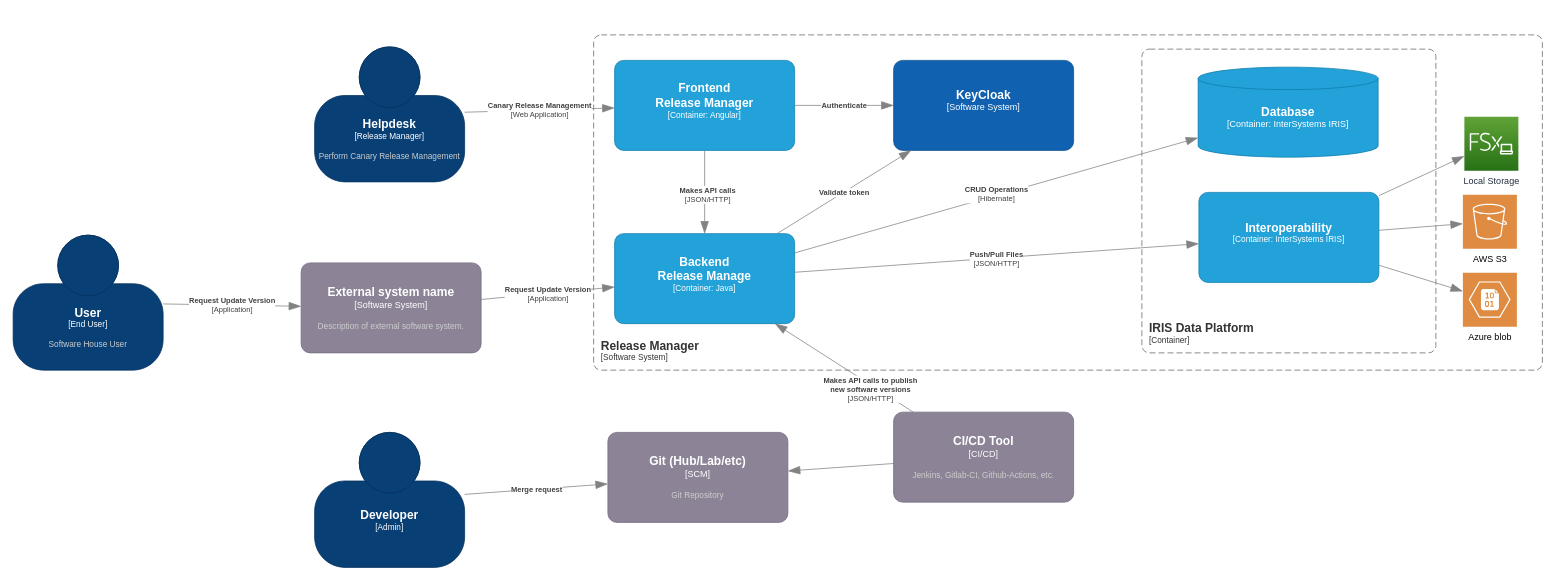
The draw.io diagram page "C4 v2" (1 of 2) of docs/release-manager-c4.drawio in release-manager-2023/concurso-intersystems-2023, before the edit. Source tidied: cells renumbered, new cells numbered last; positions are measured from the earlier drawing's top-left corner, leaving out a move shared by most shapes. Both pictures are drawn from the tidied source at 75%, with x=0, y=0 at pixel (13, 34).
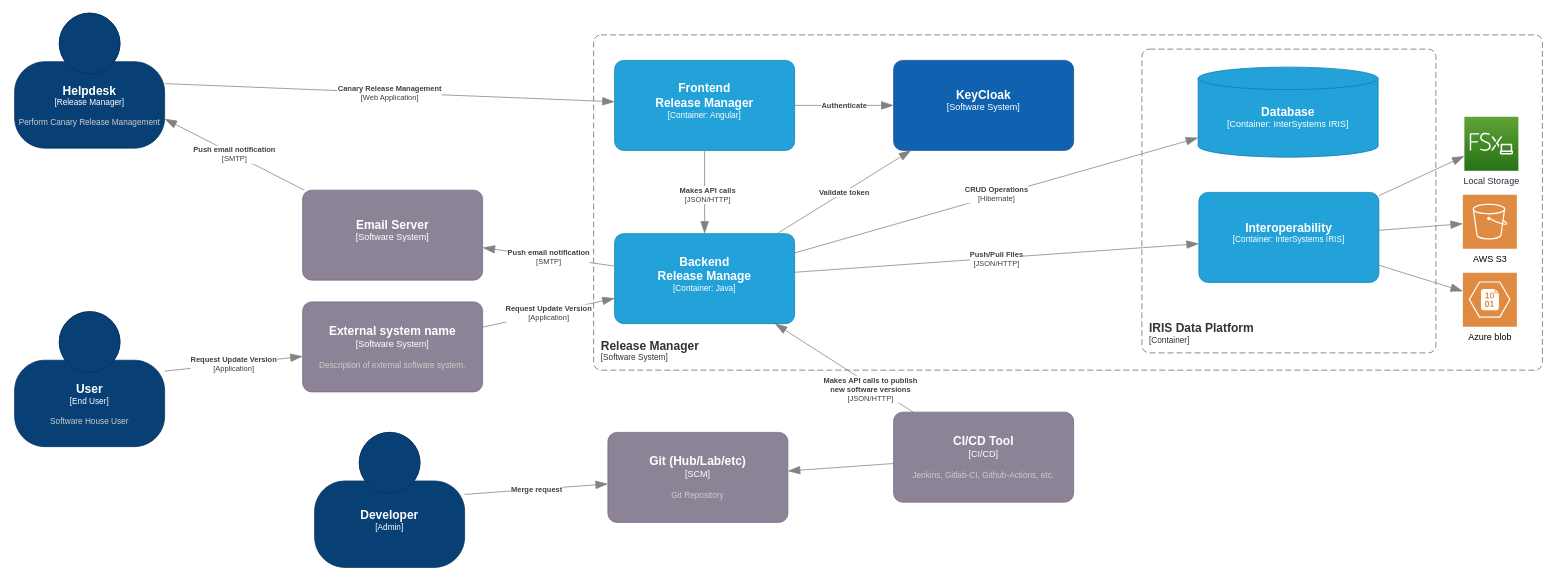
Above is the later version.

Commit message (it also covers changes not shown here):
C4: Add email notification to stakeholders

Unchanged cells that the change refers to:
```xml
<object id="3" label="&lt;font style=&quot;font-size: 16px&quot;&gt;&lt;b&gt;%c4Name%&lt;/b&gt;&lt;/font&gt;&lt;div&gt;[%c4Type%: %c4Technology%]&lt;/div&gt;&lt;br&gt;&lt;div&gt;&lt;font style=&quot;font-size: 11px&quot;&gt;&lt;font color=&quot;#E6E6E6&quot;&gt;%c4Description%&lt;/font&gt;&lt;/div&gt;" c4Description="" c4Name="Backend&#10;Release Manage" c4Technology="Java" c4Type="Container" placeholders="1">
  <mxCell style="rounded=1;whiteSpace=wrap;html=1;fontSize=11;labelBackgroundColor=none;fillColor=#23A2D9;fontColor=#ffffff;align=center;arcSize=10;strokeColor=#0E7DAD;points=[[0.25,0,0],[0.5,0,0],[0.75,0,0],[1,0.25,0],[1,0.5,0],[1,0.75,0],[0.75,1,0],[0.5,1,0],[0.25,1,0],[0,0.75,0],[0,0.5,0],[0,0.25,0]];" parent="1" vertex="1">
    <mxGeometry x="802" y="265" width="240" height="120" as="geometry" />
  </mxCell>
</object>
```

Diff of the diagram source:
```diff
@@
     <object id="24" label="&lt;font style=&quot;font-size: 16px&quot;&gt;&lt;b&gt;%c4Name%&lt;/b&gt;&lt;/font&gt;&lt;div&gt;[%c4Type%]&lt;/div&gt;&lt;br&gt;&lt;div&gt;&lt;font style=&quot;font-size: 11px&quot;&gt;&lt;font color=&quot;#cccccc&quot;&gt;%c4Description%&lt;/font&gt;&lt;/div&gt;" c4Description="Perform Canary Release Management" c4Name="Helpdesk" c4Type="Release Manager" placeholders="1">
       <mxCell style="html=1;fontSize=11;dashed=0;whiteSpace=wrap;fillColor=#083F75;strokeColor=#06315C;fontColor=#ffffff;shape=mxgraph.c4.person2;align=center;points=[[0.5,0,0],[1,0.5,0],[1,0.75,0],[0.75,1,0],[0.5,1,0],[0.25,1,0],[0,0.75,0],[0,0.5,0]];" parent="1" vertex="1">
-        <mxGeometry x="402" y="16" width="200" height="180" as="geometry" />
+        <mxGeometry x="2" y="-29" width="200" height="180" as="geometry" />
       </mxCell>
     </object>
@@
     <object id="26" label="&lt;font style=&quot;font-size: 16px&quot;&gt;&lt;b&gt;%c4Name%&lt;/b&gt;&lt;/font&gt;&lt;div&gt;[%c4Type%]&lt;/div&gt;&lt;br&gt;&lt;div&gt;&lt;font style=&quot;font-size: 11px&quot;&gt;&lt;font color=&quot;#cccccc&quot;&gt;%c4Description%&lt;/font&gt;&lt;/div&gt;" c4Description="Software House User" c4Name="User" c4Type="End User" placeholders="1">
       <mxCell style="html=1;fontSize=11;dashed=0;whiteSpace=wrap;fillColor=#083F75;strokeColor=#06315C;fontColor=#ffffff;shape=mxgraph.c4.person2;align=center;points=[[0.5,0,0],[1,0.5,0],[1,0.75,0],[0.75,1,0],[0.5,1,0],[0.25,1,0],[0,0.75,0],[0,0.5,0]];" parent="1" vertex="1">
-        <mxGeometry y="267" width="200" height="180" as="geometry" />
+        <mxGeometry x="2" y="369" width="200" height="180" as="geometry" />
       </mxCell>
     </object>
@@
     <object id="28" label="&lt;font style=&quot;font-size: 16px&quot;&gt;&lt;b&gt;%c4Name%&lt;/b&gt;&lt;/font&gt;&lt;div&gt;[%c4Type%]&lt;/div&gt;&lt;br&gt;&lt;div&gt;&lt;font style=&quot;font-size: 11px&quot;&gt;&lt;font color=&quot;#cccccc&quot;&gt;%c4Description%&lt;/font&gt;&lt;/div&gt;" c4Description="Description of external software system." c4Name="External system name" c4Type="Software System" placeholders="1">
       <mxCell style="rounded=1;whiteSpace=wrap;html=1;labelBackgroundColor=none;fillColor=#8C8496;fontColor=#ffffff;align=center;arcSize=10;strokeColor=#736782;points=[[0.25,0,0],[0.5,0,0],[0.75,0,0],[1,0.25,0],[1,0.5,0],[1,0.75,0],[0.75,1,0],[0.5,1,0],[0.25,1,0],[0,0.75,0],[0,0.5,0],[0,0.25,0]];" parent="1" vertex="1">
-        <mxGeometry x="384" y="304" width="240" height="120" as="geometry" />
+        <mxGeometry x="386" y="356" width="240" height="120" as="geometry" />
       </mxCell>
     </object>
@@
+    <object id="32" label="&lt;div style=&quot;text-align: left&quot;&gt;&lt;div style=&quot;text-align: center&quot;&gt;&lt;b&gt;%c4Description%&lt;/b&gt;&lt;/div&gt;&lt;div style=&quot;text-align: center&quot;&gt;[%c4Technology%]&lt;/div&gt;&lt;/div&gt;" c4Description="Push email notification" c4Technology="SMTP" placeholders="1">
+      <mxCell style="endArrow=blockThin;html=1;fontSize=10;fontColor=#404040;strokeWidth=1;endFill=1;strokeColor=#828282;elbow=vertical;endSize=14;startSize=14;jumpStyle=arc;jumpSize=16;rounded=0;" parent="1" edge="1" source="3" target="33">
+        <mxGeometry relative="1" as="geometry" />
+      </mxCell>
+    </object>
+    <object id="33" label="&lt;font style=&quot;font-size: 16px&quot;&gt;&lt;b&gt;%c4Name%&lt;/b&gt;&lt;/font&gt;&lt;div&gt;[%c4Type%]&lt;/div&gt;&lt;br&gt;&lt;div&gt;&lt;font style=&quot;font-size: 11px&quot;&gt;&lt;font color=&quot;#cccccc&quot;&gt;%c4Description%&lt;/font&gt;&lt;/div&gt;" c4Description="" c4Name="Email Server" c4Type="Software System" placeholders="1">
+      <mxCell style="rounded=1;whiteSpace=wrap;html=1;labelBackgroundColor=none;fillColor=#8C8496;fontColor=#ffffff;align=center;arcSize=10;strokeColor=#736782;points=[[0.25,0,0],[0.5,0,0],[0.75,0,0],[1,0.25,0],[1,0.5,0],[1,0.75,0],[0.75,1,0],[0.5,1,0],[0.25,1,0],[0,0.75,0],[0,0.5,0],[0,0.25,0]];" parent="1" vertex="1">
+        <mxGeometry x="386" y="207" width="240" height="120" as="geometry" />
+      </mxCell>
+    </object>
+    <object id="34" label="&lt;div style=&quot;text-align: left&quot;&gt;&lt;div style=&quot;text-align: center&quot;&gt;&lt;b&gt;%c4Description%&lt;/b&gt;&lt;/div&gt;&lt;div style=&quot;text-align: center&quot;&gt;[%c4Technology%]&lt;/div&gt;&lt;/div&gt;" c4Description="Push email notification" c4Technology="SMTP" placeholders="1">
+      <mxCell style="endArrow=blockThin;html=1;fontSize=10;fontColor=#404040;strokeWidth=1;endFill=1;strokeColor=#828282;elbow=vertical;endSize=14;startSize=14;jumpStyle=arc;jumpSize=16;rounded=0;" parent="1" edge="1" source="33" target="24">
+        <mxGeometry relative="1" as="geometry" />
+      </mxCell>
+    </object>
```
